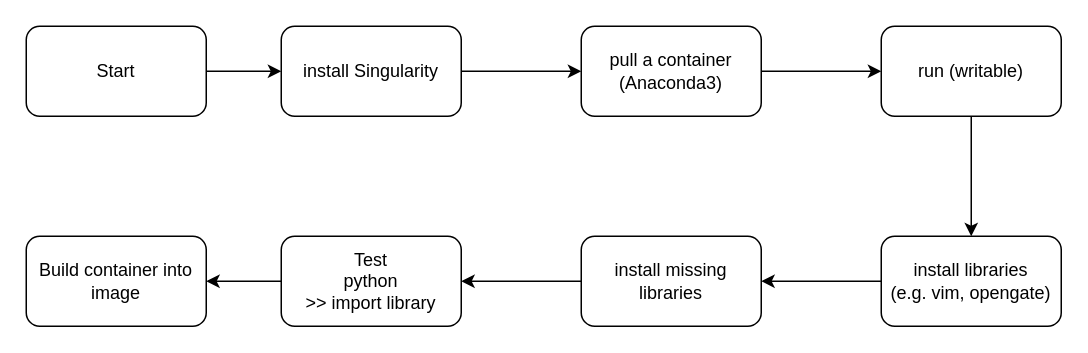
Above: page "install singularity" (1 of 3) of Fig_CS/Figure-Factory.drawio in jizhang02/Figure-Factory (draw.io), before the change. Source tidied: cells renumbered, new cells numbered last; positions are measured from the earlier drawing's top-left corner, leaving out a move shared by most shapes. Both pictures are drawn from the tidied source at 150%, with x=0, y=0 at pixel (26, 26).
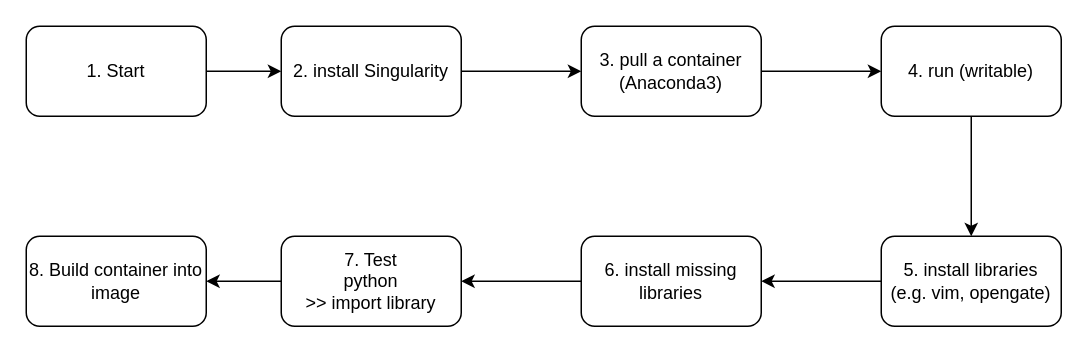
The same diagram, later.

The edit, as a diff of the source:
```diff
@@
 <mxGraphModel>
   <root>
     <mxCell id="0" />
     <mxCell id="1" parent="0" />
     <mxCell id="2" style="edgeStyle=orthogonalEdgeStyle;rounded=0;jettySize=auto;html=1;" parent="1" edge="1" source="3" target="5">
       <mxGeometry relative="1" as="geometry" />
     </mxCell>
-    <mxCell id="3" value="install Singularity" style="rounded=1;whiteSpace=wrap;html=1;" parent="1" vertex="1">
+    <mxCell id="3" value="2. install Singularity" style="rounded=1;whiteSpace=wrap;html=1;" parent="1" vertex="1">
       <mxGeometry x="170" width="120" height="60" as="geometry" />
     </mxCell>
     <mxCell id="4" style="edgeStyle=orthogonalEdgeStyle;rounded=0;jettySize=auto;html=1;" parent="1" edge="1" source="5" target="7">
       <mxGeometry relative="1" as="geometry" />
     </mxCell>
-    <mxCell id="5" value="pull a container&lt;br&gt;(Anaconda3)" style="rounded=1;whiteSpace=wrap;html=1;" parent="1" vertex="1">
+    <mxCell id="5" value="3. pull a container&lt;br&gt;(Anaconda3)" style="rounded=1;whiteSpace=wrap;html=1;" parent="1" vertex="1">
       <mxGeometry x="370" width="120" height="60" as="geometry" />
     </mxCell>
     <mxCell id="6" style="edgeStyle=orthogonalEdgeStyle;rounded=0;jettySize=auto;html=1;" parent="1" edge="1" source="7" target="9">
       <mxGeometry relative="1" as="geometry" />
     </mxCell>
-    <mxCell id="7" value="run (writable)" style="rounded=1;whiteSpace=wrap;html=1;" parent="1" vertex="1">
+    <mxCell id="7" value="4. run (writable)" style="rounded=1;whiteSpace=wrap;html=1;" parent="1" vertex="1">
       <mxGeometry x="570" width="120" height="60" as="geometry" />
     </mxCell>
     <mxCell id="8" style="edgeStyle=orthogonalEdgeStyle;rounded=0;jettySize=auto;html=1;" parent="1" edge="1" source="9" target="11">
       <mxGeometry relative="1" as="geometry" />
     </mxCell>
-    <mxCell id="9" value="install libraries&lt;br&gt;(e.g. vim, opengate)" style="rounded=1;whiteSpace=wrap;html=1;" parent="1" vertex="1">
+    <mxCell id="9" value="5. install libraries&lt;br&gt;(e.g. vim, opengate)" style="rounded=1;whiteSpace=wrap;html=1;" parent="1" vertex="1">
       <mxGeometry x="570" y="140" width="120" height="60" as="geometry" />
     </mxCell>
     <mxCell id="10" style="edgeStyle=orthogonalEdgeStyle;rounded=0;jettySize=auto;html=1;" parent="1" edge="1" source="11" target="13">
       <mxGeometry relative="1" as="geometry" />
     </mxCell>
-    <mxCell id="11" value="install missing libraries" style="rounded=1;whiteSpace=wrap;html=1;" parent="1" vertex="1">
+    <mxCell id="11" value="6. install missing libraries" style="rounded=1;whiteSpace=wrap;html=1;" parent="1" vertex="1">
       <mxGeometry x="370" y="140" width="120" height="60" as="geometry" />
     </mxCell>
     <mxCell id="12" style="edgeStyle=orthogonalEdgeStyle;rounded=0;jettySize=auto;html=1;" parent="1" edge="1" source="13" target="14">
       <mxGeometry relative="1" as="geometry" />
     </mxCell>
-    <mxCell id="13" value="Test&lt;br&gt;python&lt;br&gt;&amp;gt;&amp;gt; import library" style="whiteSpace=wrap;html=1;rounded=1;" parent="1" vertex="1">
+    <mxCell id="13" value="7. Test&lt;br&gt;python&lt;br&gt;&amp;gt;&amp;gt; import library" style="whiteSpace=wrap;html=1;rounded=1;" parent="1" vertex="1">
       <mxGeometry x="170" y="140" width="120" height="60" as="geometry" />
     </mxCell>
-    <mxCell id="14" value="Build container into image" style="whiteSpace=wrap;html=1;rounded=1;" parent="1" vertex="1">
+    <mxCell id="14" value="8. Build container into image" style="whiteSpace=wrap;html=1;rounded=1;" parent="1" vertex="1">
       <mxGeometry y="140" width="120" height="60" as="geometry" />
     </mxCell>
     <mxCell id="15" style="edgeStyle=orthogonalEdgeStyle;rounded=0;jettySize=auto;html=1;" parent="1" edge="1" source="16" target="3">
       <mxGeometry relative="1" as="geometry" />
     </mxCell>
-    <mxCell id="16" value="Start" style="whiteSpace=wrap;html=1;rounded=1;" parent="1" vertex="1">
+    <mxCell id="16" value="1. Start" style="whiteSpace=wrap;html=1;rounded=1;" parent="1" vertex="1">
       <mxGeometry width="120" height="60" as="geometry" />
     </mxCell>
   </root>
 </mxGraphModel>
```
